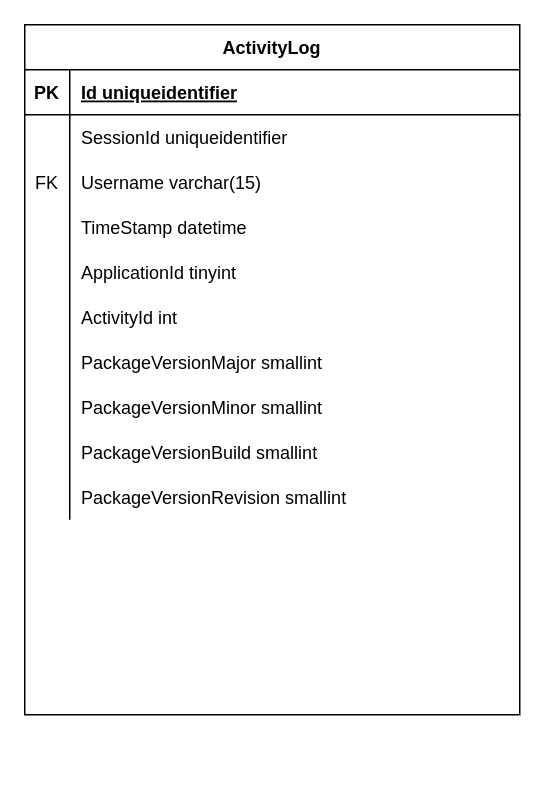
TimHanewich/ApexVisual.F1_2020 keeps this draw.io diagram as page "Activity Logging" (3 of 3) of Cloud Storage Maps/ApexVisualSqlErd.drawio. Above is the earlier version. Source tidied: cells renumbered, new cells numbered last; positions are measured from the earlier drawing's top-left corner, leaving out a move shared by most shapes. Both pictures are drawn from the tidied source at 150%, with x=0, y=0 at pixel (24, 24).
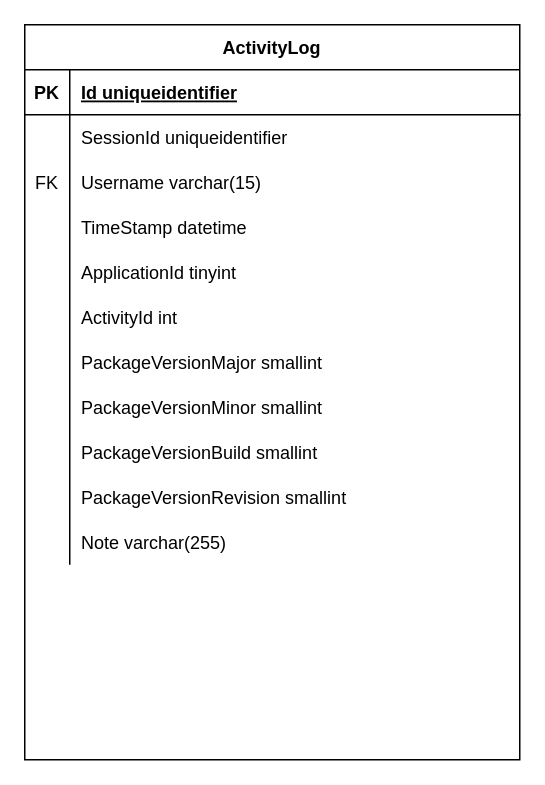
Above is the later version.

Commit message (it also covers changes not shown here):
Added note to activity log

What changed in the source:
```diff
@@
     <mxCell id="2" value="ActivityLog" style="shape=table;startSize=30;childLayout=tableLayout;rowLines=0;fontStyle=1;align=center;" parent="1" vertex="1">
-      <mxGeometry width="330" height="460" as="geometry" />
+      <mxGeometry width="330" height="490" as="geometry" />
     </mxCell>
@@
+    <mxCell id="33" style="shape=partialRectangle;fillColor=none;top=0;left=0;bottom=0;right=0;" parent="2" vertex="1">
+      <mxGeometry y="330" width="330" height="30" as="geometry" />
+    </mxCell>
+    <mxCell id="34" style="shape=partialRectangle;fillColor=none;top=0;left=0;bottom=0;right=0;overflow=hidden;" parent="33" vertex="1">
+      <mxGeometry width="30" height="30" as="geometry" />
+    </mxCell>
+    <mxCell id="35" value="Note varchar(255)" style="shape=partialRectangle;fillColor=none;top=0;left=0;bottom=0;right=0;align=left;spacingLeft=6;overflow=hidden;" parent="33" vertex="1">
+      <mxGeometry x="30" width="300" height="30" as="geometry" />
+    </mxCell>
```
